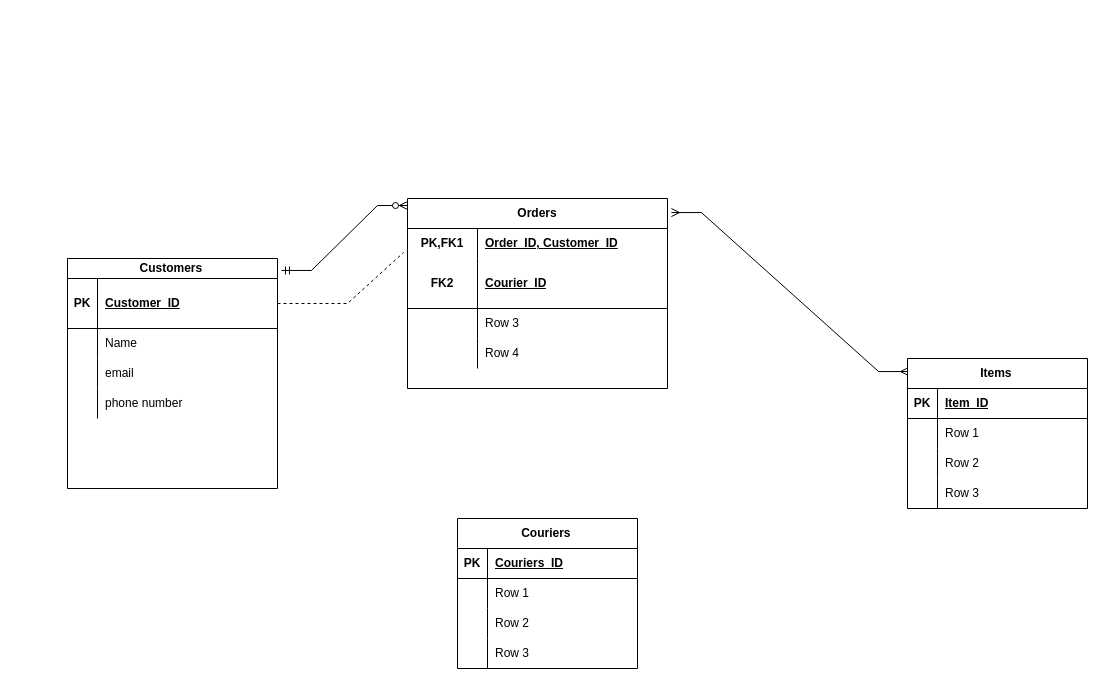
Before: Untitled Diagram.drawio in Travis-bug/Eseosa-, a draw.io diagram. Source tidied: cells renumbered, new cells numbered last; positions are measured from the earlier drawing's top-left corner, leaving out a move shared by most shapes. Both pictures are drawn from the tidied source at 100%, with x=0, y=0 at pixel (67, 198).
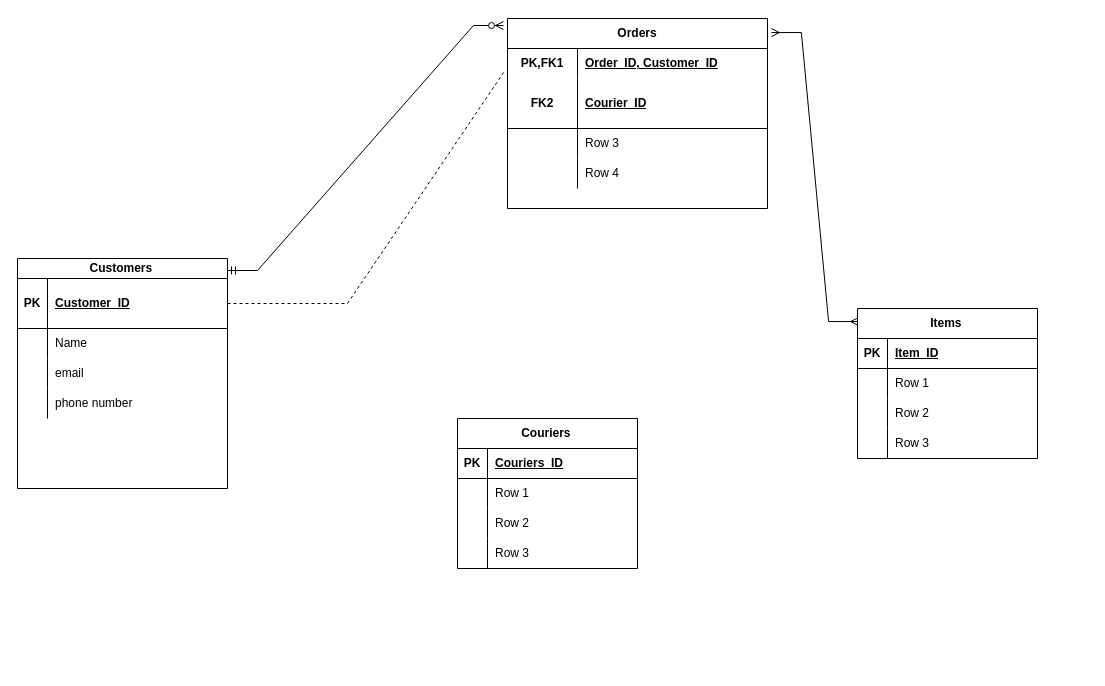
Above is the later version.

The edit, as a diff of the source:
```diff
@@
     <mxCell id="2" value="Customers&amp;nbsp;" style="shape=table;startSize=20;childLayout=tableLayout;rowLines=0;fontStyle=1;align=center;html=1;" parent="1" vertex="1">
-      <mxGeometry y="60" width="210" height="230" as="geometry" />
+      <mxGeometry x="-50" y="60" width="210" height="230" as="geometry" />
     </mxCell>
@@
     <mxCell id="15" value="Couriers&amp;nbsp;" style="shape=table;startSize=30;childLayout=tableLayout;rowLines=0;fontStyle=1;align=center;html=1;" parent="1" vertex="1">
-      <mxGeometry x="390" y="320" width="180" height="150" as="geometry" />
+      <mxGeometry x="390" y="220" width="180" height="150" as="geometry" />
     </mxCell>
@@
     <mxCell id="28" value="Orders" style="shape=table;startSize=30;childLayout=tableLayout;rowLines=0;fontStyle=1;align=center;html=1;whiteSpace=wrap;" parent="1" vertex="1">
-      <mxGeometry x="340" width="260" height="190" as="geometry" />
+      <mxGeometry x="440" y="-180" width="260" height="190" as="geometry" />
     </mxCell>
@@
     <mxCell id="43" value="Items&amp;nbsp;" style="shape=table;startSize=30;childLayout=tableLayout;rowLines=0;fontStyle=1;align=center;html=1;" parent="1" vertex="1">
-      <mxGeometry x="840" y="160" width="180" height="150" as="geometry" />
+      <mxGeometry x="790" y="110" width="180" height="150" as="geometry" />
     </mxCell>
@@
-    <mxCell id="56" style="edgeStyle=entityRelationEdgeStyle;fontSize=12;html=1;endArrow=ERzeroToMany;startArrow=ERmandOne;rounded=0;exitX=1.019;exitY=0.052;exitDx=0;exitDy=0;exitPerimeter=0;entryX=0;entryY=0.037;entryDx=0;entryDy=0;entryPerimeter=0;" parent="1" edge="1" source="2" target="28">
-      <mxGeometry relative="1" as="geometry" />
+    <mxCell id="56" style="edgeStyle=entityRelationEdgeStyle;fontSize=12;html=1;endArrow=ERzeroToMany;startArrow=ERmandOne;rounded=0;exitX=1.019;exitY=0.052;exitDx=0;exitDy=0;exitPerimeter=0;entryX=0;entryY=0.037;entryDx=0;entryDy=0;entryPerimeter=0;" parent="1" edge="1">
+      <mxGeometry relative="1" as="geometry">
+        <mxPoint x="160" y="72" as="sourcePoint" />
+        <mxPoint x="436" y="-173" as="targetPoint" />
+      </mxGeometry>
     </mxCell>
```
